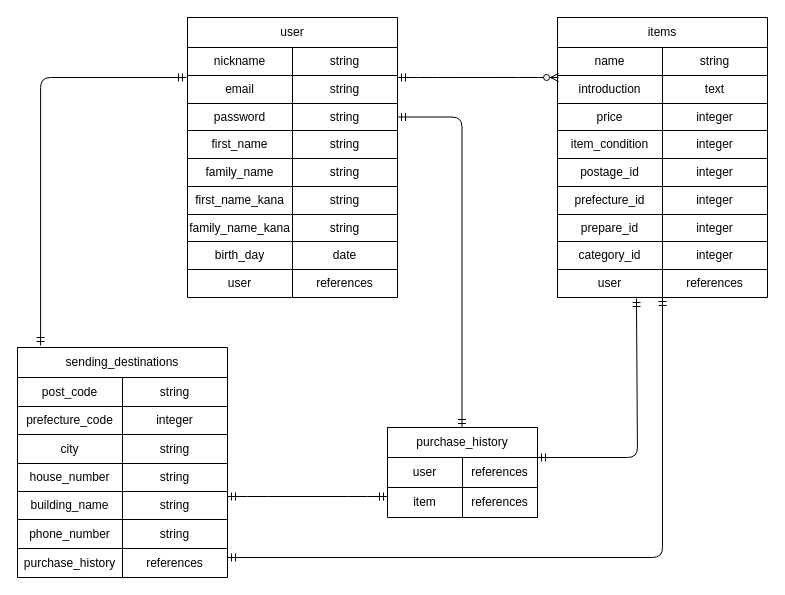
murohi-siyabako/furima-32110 keeps this draw.io diagram as page "ページ1" (1 of 2) of furima.dio. Above is the earlier version. Source tidied: cells renumbered, new cells numbered last; positions are measured from the earlier drawing's top-left corner, leaving out a move shared by most shapes. Both pictures are drawn from the tidied source at 100%, with x=0, y=0 at pixel (17, 17).
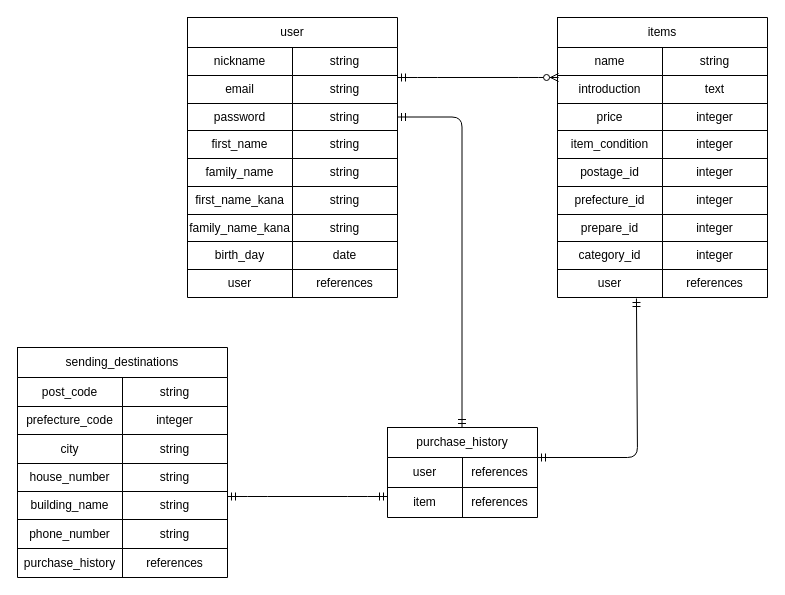
Above is the later version.

Unchanged cells that the change refers to:
```xml
<mxCell id="19" style="shape=partialRectangle;html=1;whiteSpace=wrap;fillColor=none;top=0;left=0;bottom=0;right=0;points=[[0,0.5],[1,0.5]];portConstraint=eastwest;" parent="15" vertex="1">
  <mxGeometry y="28" width="210" height="28" as="geometry" />
</mxCell>
<mxCell id="70" style="shape=partialRectangle;html=1;whiteSpace=wrap;fillColor=none;top=0;left=0;bottom=0;right=0;points=[[0,0.5],[1,0.5]];portConstraint=eastwest;" parent="69" vertex="1">
  <mxGeometry width="210" height="30" as="geometry" />
</mxCell>
<mxCell id="97" style="shape=partialRectangle;html=1;whiteSpace=wrap;fillColor=none;top=0;left=0;bottom=0;right=0;points=[[0,0.5],[1,0.5]];portConstraint=eastwest;" parent="72" vertex="1">
  <mxGeometry y="222" width="210" height="28" as="geometry" />
</mxCell>
```

Change to the diagram source:
```diff
@@
-    <mxCell id="100" style="edgeStyle=elbowEdgeStyle;fontSize=12;html=1;endArrow=ERmandOne;startArrow=ERmandOne;elbow=vertical;entryX=-0.005;entryY=0.071;entryDx=0;entryDy=0;entryPerimeter=0;exitX=0.11;exitY=-0.067;exitDx=0;exitDy=0;exitPerimeter=0;" parent="1" edge="1" source="70" target="19">
-      <mxGeometry relative="1" as="geometry">
-        <Array as="points">
-          <mxPoint x="50" y="60" />
-        </Array>
-      </mxGeometry>
-    </mxCell>
-    <mxCell id="101" style="edgeStyle=orthogonalEdgeStyle;fontSize=12;html=1;endArrow=ERmandOne;startArrow=ERmandOne;startFill=0;" parent="1" edge="1" target="97">
-      <mxGeometry relative="1" as="geometry">
-        <mxPoint x="210" y="540" as="sourcePoint" />
-        <Array as="points">
-          <mxPoint x="645" y="540" />
-        </Array>
-      </mxGeometry>
-    </mxCell>
```
